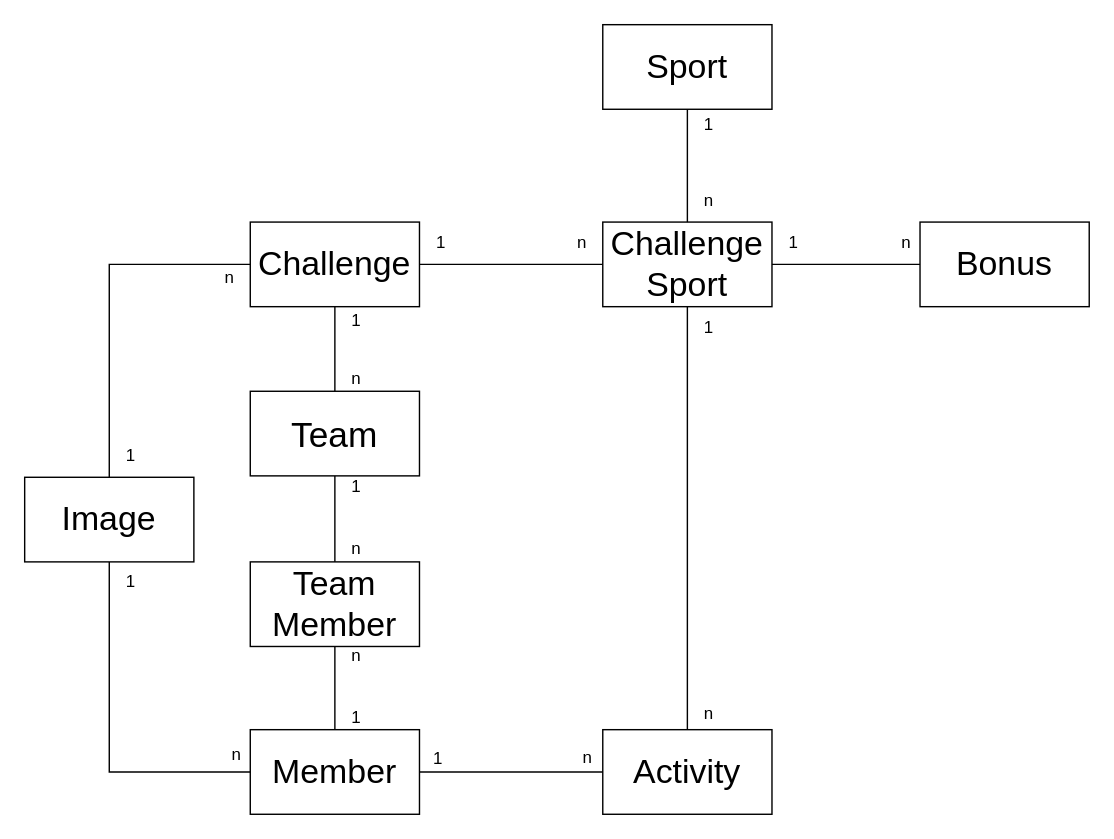
JasonDuffy/Sport-Challenge-Project keeps this draw.io diagram as Dokumente/Diagramme/ER.drawio. Above is the earlier version. Source tidied: cells renumbered, new cells numbered last; positions are measured from the earlier drawing's top-left corner, leaving out a move shared by most shapes. Both pictures are drawn from the tidied source at 141%, with x=0, y=0 at pixel (24, 24).
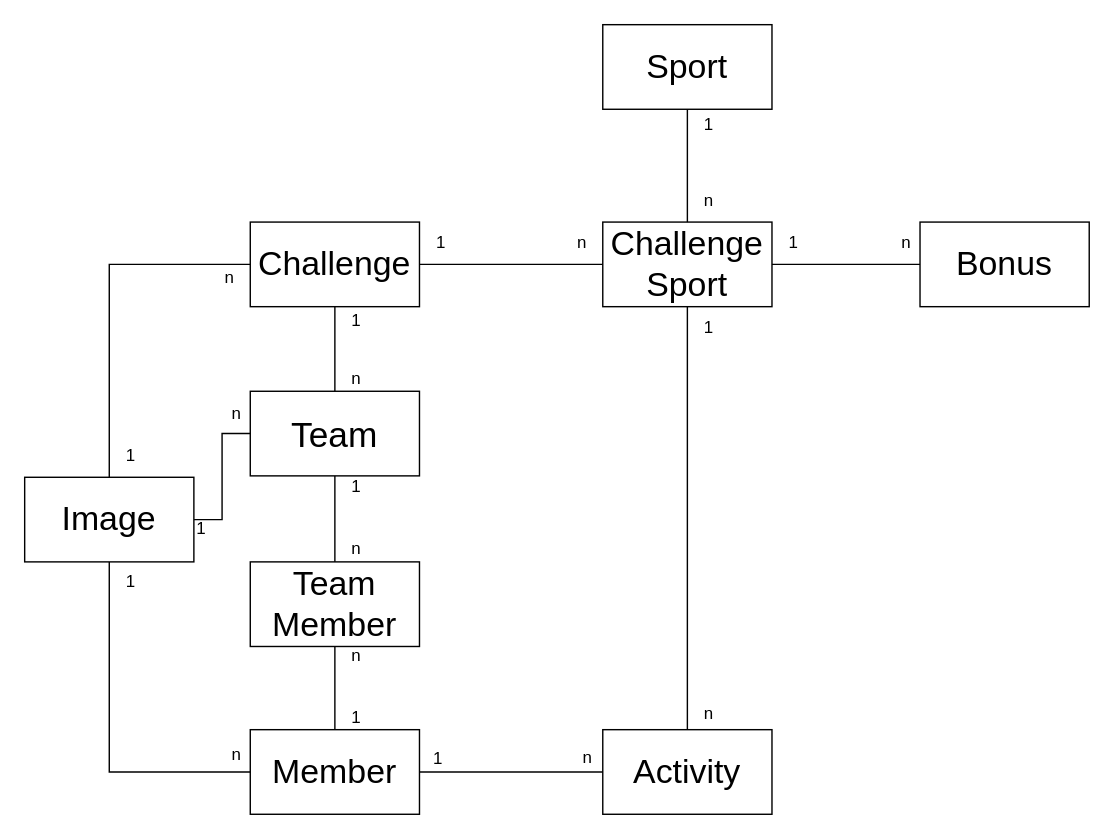
The same diagram, later.

Unchanged cells that the change refers to:
```xml
<mxCell id="19" value="Team" style="whiteSpace=wrap;html=1;fontSize=25;" parent="1" vertex="1">
  <mxGeometry x="160" y="260" width="120" height="60" as="geometry" />
</mxCell>
<mxCell id="36" value="Image" style="whiteSpace=wrap;html=1;fontSize=24;" parent="1" vertex="1">
  <mxGeometry y="321" width="120" height="60" as="geometry" />
</mxCell>
```

The edit, as a diff of the source:
```diff
@@
+    <mxCell id="41" style="edgeStyle=orthogonalEdgeStyle;rounded=0;jettySize=auto;html=1;entryX=0;entryY=0.5;entryDx=0;entryDy=0;endArrow=none;endFill=0;" parent="1" edge="1" source="36" target="19">
+      <mxGeometry relative="1" as="geometry" />
+    </mxCell>
@@
+    <mxCell id="42" value="1" style="text;html=1;align=center;verticalAlign=middle;strokeColor=none;fillColor=none;" parent="1" vertex="1">
+      <mxGeometry x="110" y="343" width="30" height="30" as="geometry" />
+    </mxCell>
+    <mxCell id="43" value="n" style="text;html=1;align=center;verticalAlign=middle;strokeColor=none;fillColor=none;" parent="1" vertex="1">
+      <mxGeometry x="135" y="261" width="30" height="30" as="geometry" />
+    </mxCell>
```
